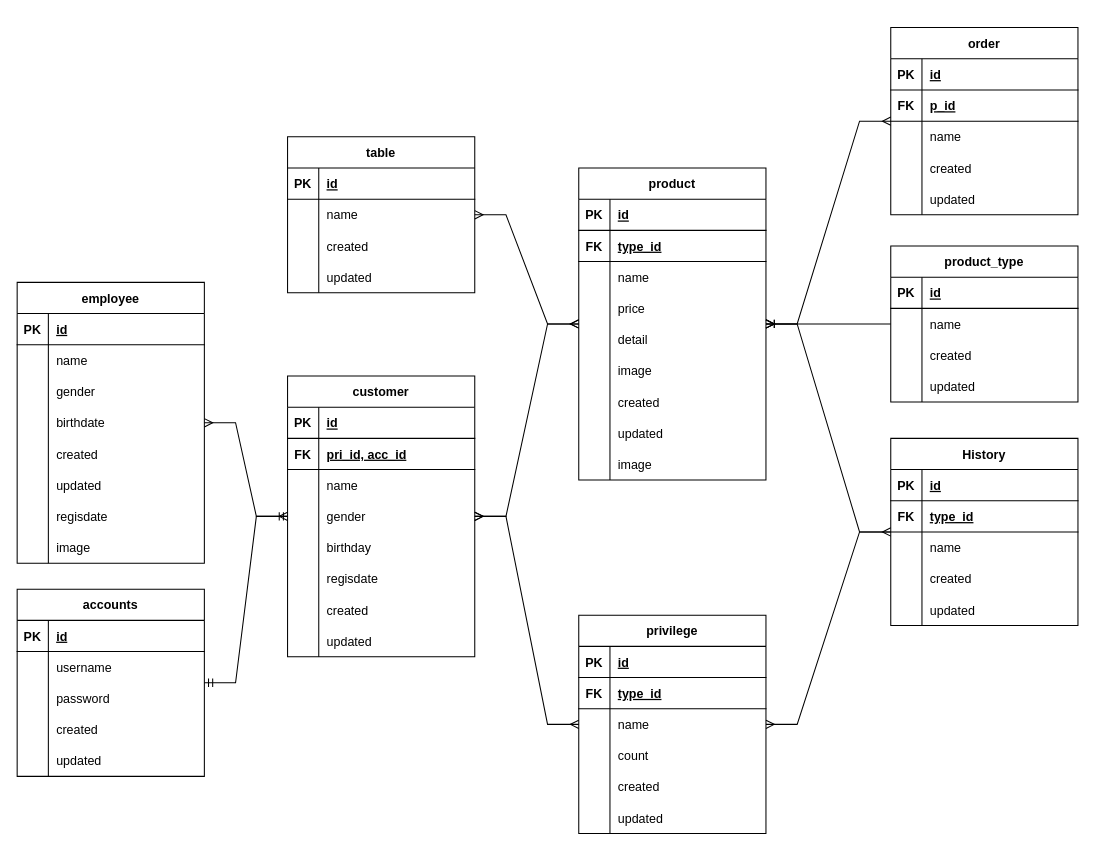
Before: src/Database-design.drawio in bomtawep/bom-order-nodejs, a draw.io diagram. Source tidied: cells renumbered, new cells numbered last; positions are measured from the earlier drawing's top-left corner, leaving out a move shared by most shapes. Both pictures are drawn from the tidied source at 104%, with x=0, y=0 at pixel (17, 27).
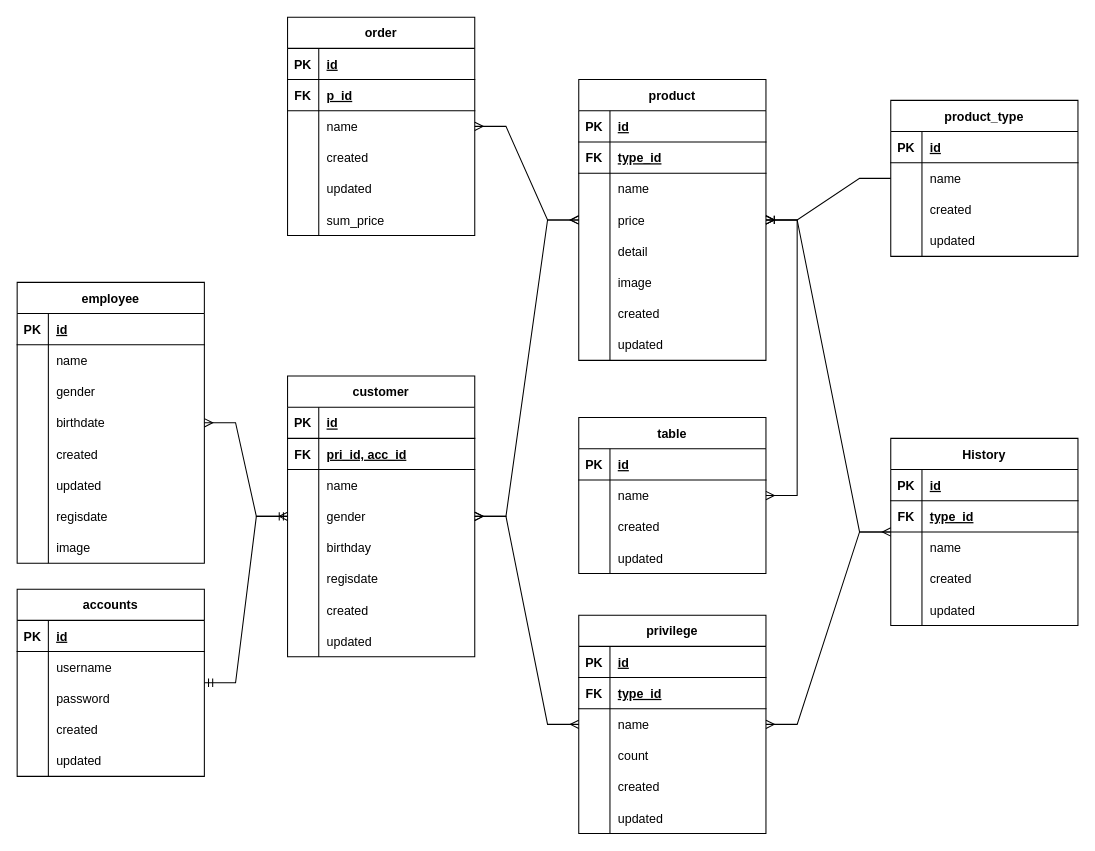
The same diagram, later.

What changed in the source:
```diff
@@
     <mxCell id="2" value="table" style="shape=table;startSize=30;childLayout=tableLayout;rowLines=0;fontStyle=1;align=center;" parent="1" vertex="1">
-      <mxGeometry x="260" y="105" width="180" height="150" as="geometry" />
+      <mxGeometry x="540" y="375" width="180" height="150" as="geometry" />
     </mxCell>
@@
     <mxCell id="81" value="product_type" style="shape=table;startSize=30;childLayout=tableLayout;rowLines=0;fontStyle=1;align=center;" parent="1" vertex="1">
-      <mxGeometry x="840" y="210" width="180" height="150" as="geometry" />
+      <mxGeometry x="840" y="70" width="180" height="150" as="geometry" />
     </mxCell>
@@
     <mxCell id="94" value="product" style="shape=table;startSize=30;childLayout=tableLayout;rowLines=0;fontStyle=1;align=center;" parent="1" vertex="1">
-      <mxGeometry x="540" y="135" width="180" height="300" as="geometry" />
+      <mxGeometry x="540" y="50" width="180" height="270" as="geometry" />
     </mxCell>
@@
-    <mxCell id="119" style="shape=tableRow;horizontal=0;startSize=0;swimlaneHead=0;swimlaneBody=0;fillColor=none;top=0;left=0;right=0;bottom=0;" parent="94" vertex="1">
-      <mxGeometry y="270" width="180" height="30" as="geometry" />
-    </mxCell>
-    <mxCell id="120" style="shape=partialRectangle;fillColor=none;top=0;left=0;bottom=0;right=0;overflow=hidden;" parent="119" vertex="1">
-      <mxGeometry width="30" height="30" as="geometry" />
-    </mxCell>
-    <mxCell id="121" value="image" style="shape=partialRectangle;fillColor=none;top=0;left=0;bottom=0;right=0;align=left;spacingLeft=6;overflow=hidden;" parent="119" vertex="1">
-      <mxGeometry x="30" width="150" height="30" as="geometry" />
-    </mxCell>
@@
     <mxCell id="146" value="order" style="shape=table;startSize=30;childLayout=tableLayout;rowLines=0;fontStyle=1;align=center;" parent="1" vertex="1">
-      <mxGeometry x="840" width="180" height="180" as="geometry" />
+      <mxGeometry x="260" y="-10" width="180" height="210" as="geometry" />
     </mxCell>
@@
+    <mxCell id="182" style="shape=tableRow;horizontal=0;startSize=0;swimlaneHead=0;swimlaneBody=0;fillColor=none;top=0;left=0;right=0;bottom=0;" parent="146" vertex="1">
+      <mxGeometry y="180" width="180" height="30" as="geometry" />
+    </mxCell>
+    <mxCell id="120" style="shape=partialRectangle;fillColor=none;top=0;left=0;bottom=0;right=0;overflow=hidden;" parent="182" vertex="1">
+      <mxGeometry width="30" height="30" as="geometry" />
+    </mxCell>
+    <mxCell id="183" value="sum_price" style="shape=partialRectangle;fillColor=none;top=0;left=0;bottom=0;right=0;align=left;spacingLeft=6;overflow=hidden;" parent="182" vertex="1">
+      <mxGeometry x="30" width="150" height="30" as="geometry" />
+    </mxCell>
```
